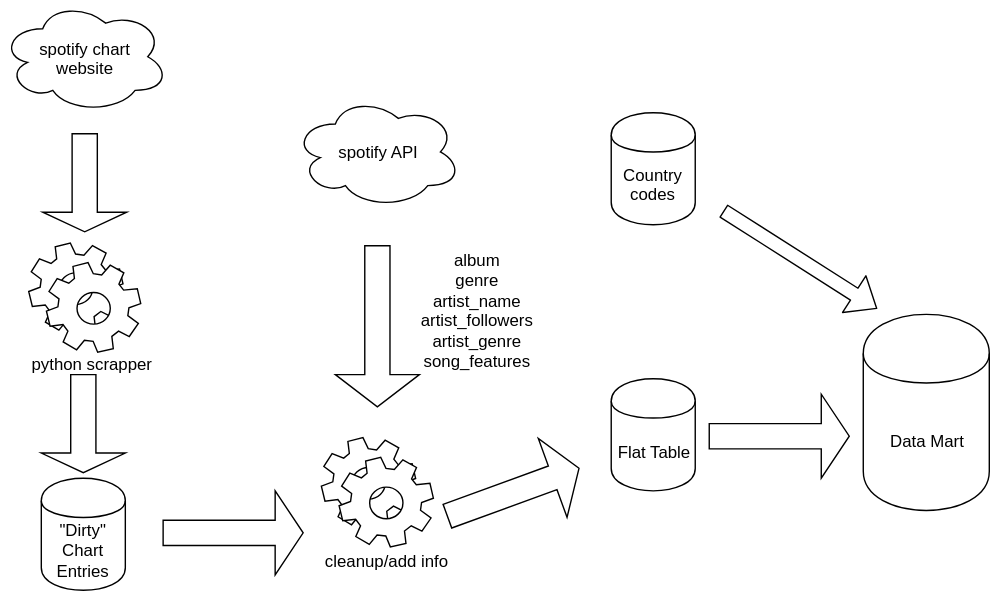
Above: figures/dw_architecture.svg in AlexChanson/DW (draw.io), before the change. Source tidied: cells renumbered, new cells last; positions are measured from the earlier drawing's top-left corner, leaving out a move shared by most shapes.
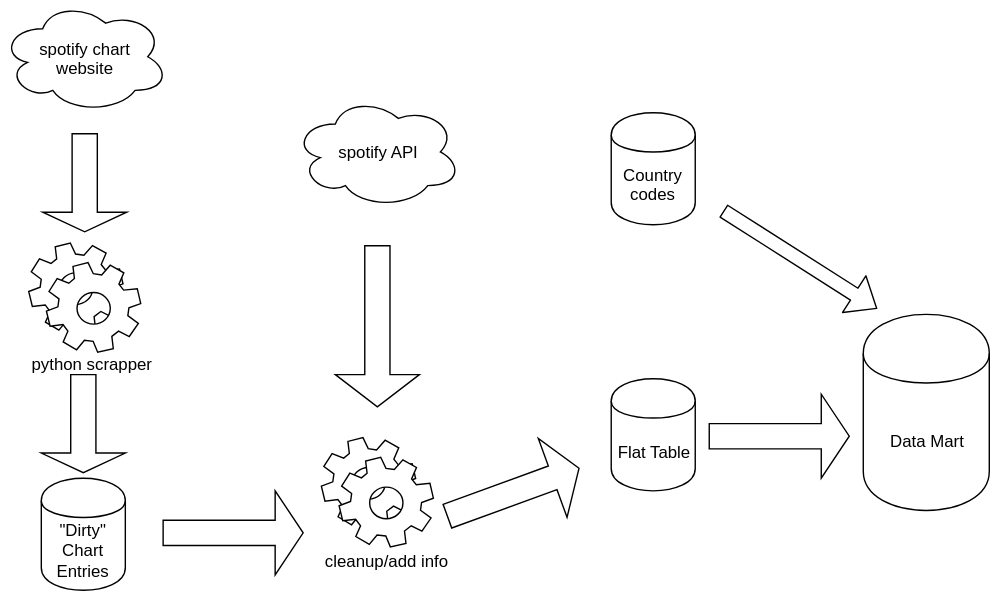
The same file after the commit.

The edit, as a diff of the source:
```diff
@@ -38,9 +38,6 @@
     <mxCell id="12" style="shape=singleArrow;direction=south;whiteSpace=wrap;html=1;" parent="1" vertex="1">
       <mxGeometry x="29" y="267" width="60" height="70" as="geometry" />
     </mxCell>
-    <mxCell id="13" value="&lt;div&gt;album&lt;/div&gt;&lt;div&gt;genre&lt;/div&gt;&lt;div&gt;artist_name&lt;br&gt;&lt;/div&gt;&lt;div&gt;artist_followers&lt;br&gt;&lt;/div&gt;&lt;div&gt;artist_genre&lt;br&gt;&lt;/div&gt;&lt;div&gt;song_features&lt;br&gt;&lt;/div&gt;" style="text;html=1;strokeColor=none;fillColor=none;align=center;verticalAlign=middle;whiteSpace=wrap;rounded=0;" parent="1" vertex="1">
-      <mxGeometry x="286" y="175" width="107" height="92" as="geometry" />
-    </mxCell>
     <mxCell id="14" style="shape=singleArrow;direction=south;whiteSpace=wrap;html=1;" parent="1" vertex="1">
       <mxGeometry x="239" y="175" width="60" height="115" as="geometry" />
     </mxCell>
```
